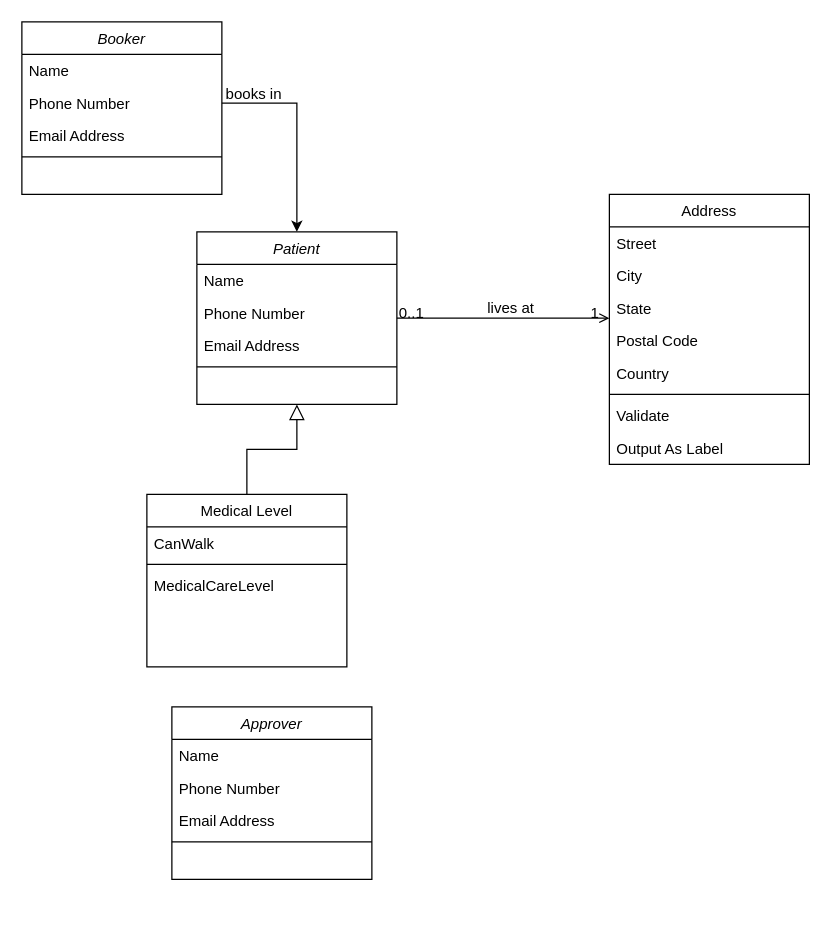
Earlier version of the draw.io diagram CareHomeClassDiagram.drawio (mattwatts36/drawings). Source tidied: cells renumbered, new cells numbered last; positions are measured from the earlier drawing's top-left corner, leaving out a move shared by most shapes. Both pictures are drawn from the tidied source at 125%, with x=0, y=0 at pixel (21, 21).
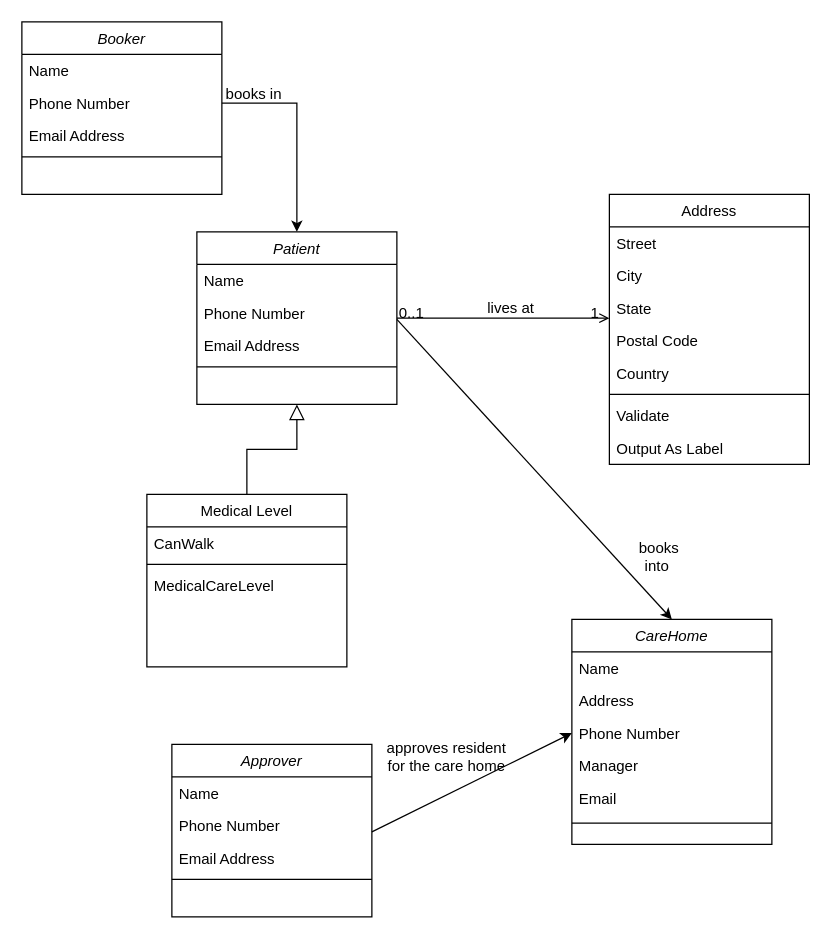
The same diagram, later.

What changed in the source:
```diff
@@
     <mxCell id="25" value="Approver" style="swimlane;fontStyle=2;align=center;verticalAlign=top;horizontal=1;startSize=26;rounded=0;shadow=0;strokeWidth=1;" parent="1" vertex="1">
-      <mxGeometry x="120" y="548" width="160" height="138" as="geometry" />
+      <mxGeometry x="120" y="578" width="160" height="138" as="geometry" />
     </mxCell>
@@
+    <mxCell id="37" value="CareHome" style="swimlane;fontStyle=2;align=center;verticalAlign=top;horizontal=1;startSize=26;rounded=0;shadow=0;strokeWidth=1;" parent="1" vertex="1">
+      <mxGeometry x="440" y="478" width="160" height="180" as="geometry" />
+    </mxCell>
+    <mxCell id="38" value="Name" style="text;align=left;verticalAlign=top;spacingLeft=4;spacingRight=4;overflow=hidden;" parent="37" vertex="1">
+      <mxGeometry y="26" width="160" height="26" as="geometry" />
+    </mxCell>
+    <mxCell id="39" value="Address" style="text;align=left;verticalAlign=top;spacingLeft=4;spacingRight=4;overflow=hidden;" parent="37" vertex="1">
+      <mxGeometry y="52" width="160" height="26" as="geometry" />
+    </mxCell>
+    <mxCell id="40" value="Phone Number" style="text;align=left;verticalAlign=top;spacingLeft=4;spacingRight=4;overflow=hidden;points=[[0,0.5],[1,0.5]];portConstraint=eastwest;" parent="37" vertex="1">
+      <mxGeometry y="78" width="160" height="26" as="geometry" />
+    </mxCell>
+    <mxCell id="41" value="Manager" style="text;align=left;verticalAlign=top;spacingLeft=4;spacingRight=4;overflow=hidden;" parent="37" vertex="1">
+      <mxGeometry y="104" width="160" height="26" as="geometry" />
+    </mxCell>
+    <mxCell id="42" value="Email " style="text;align=left;verticalAlign=top;spacingLeft=4;spacingRight=4;overflow=hidden;" parent="37" vertex="1">
+      <mxGeometry y="130" width="160" height="26" as="geometry" />
+    </mxCell>
+    <mxCell id="43" style="line;html=1;strokeWidth=1;align=left;verticalAlign=middle;spacingTop=-1;spacingLeft=3;spacingRight=3;labelPosition=right;" parent="37" vertex="1">
+      <mxGeometry y="156" width="160" height="14" as="geometry" />
+    </mxCell>
+    <mxCell id="44" style="endArrow=classic;html=1;entryX=0.5;entryY=0;entryDx=0;entryDy=0;" parent="1" edge="1" target="37">
+      <mxGeometry relative="1" as="geometry">
+        <mxPoint x="300" y="238" as="sourcePoint" />
+      </mxGeometry>
+    </mxCell>
+    <mxCell id="45" value="books into&amp;nbsp;" style="text;html=1;strokeColor=none;fillColor=none;align=center;verticalAlign=middle;whiteSpace=wrap;rounded=0;" parent="1" vertex="1">
+      <mxGeometry x="490" y="418" width="40" height="20" as="geometry" />
+    </mxCell>
+    <mxCell id="46" style="endArrow=classic;html=1;entryX=0;entryY=0.5;entryDx=0;entryDy=0;" parent="1" edge="1" target="40">
+      <mxGeometry relative="1" as="geometry">
+        <mxPoint x="280" y="648" as="sourcePoint" />
+      </mxGeometry>
+    </mxCell>
+    <mxCell id="47" value="approves resident for the care home" style="text;html=1;strokeColor=none;fillColor=none;align=center;verticalAlign=middle;whiteSpace=wrap;rounded=0;" parent="1" vertex="1">
+      <mxGeometry x="290" y="578" width="100" height="20" as="geometry" />
+    </mxCell>
```
